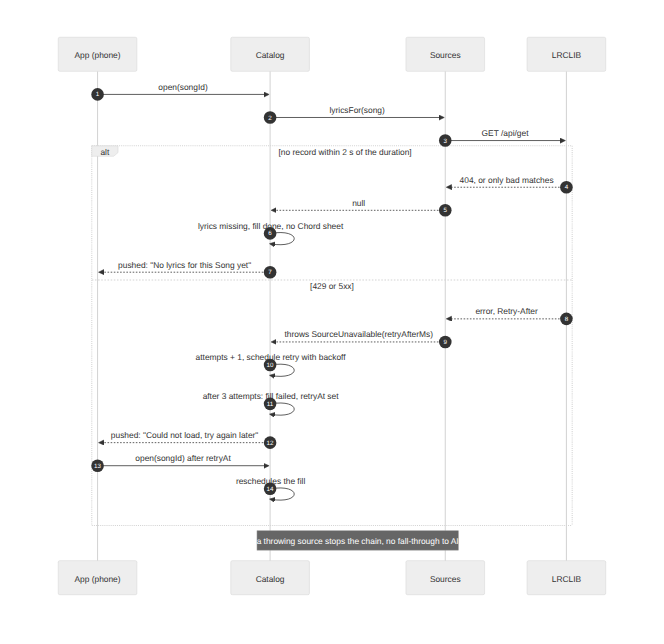
The Mermaid diagram docs/architecture/openchords/fill-failure.png in Silthus/openchords, before a commit. Its source is kept beside it as docs/architecture/openchords/fill-failure.mmd. Its diagram source:
```mermaid
sequenceDiagram
  autonumber
  participant App as App (phone)
  participant Cat as Catalog
  participant Src as Sources
  participant LR as LRCLIB
  App->>Cat: open(songId)
  Cat->>Src: lyricsFor(song)
  Src->>LR: GET /api/get
  alt no record within 2 s of the duration
    LR-->>Src: 404, or only bad matches
    Src-->>Cat: null
    Cat->>Cat: lyrics missing, fill done, no Chord sheet
    Cat-->>App: pushed: "No lyrics for this Song yet"
  else 429 or 5xx
    LR-->>Src: error, Retry-After
    Src-->>Cat: throws SourceUnavailable(retryAfterMs)
    Cat->>Cat: attempts + 1, schedule retry with backoff
    Cat->>Cat: after 3 attempts: fill failed, retryAt set
    Cat-->>App: pushed: "Could not load, try again later"
    App->>Cat: open(songId) after retryAt
    Cat->>Cat: reschedules the fill
  end
  Note over Cat,Src: a throwing source stops the chain, no fall-through to AI
```
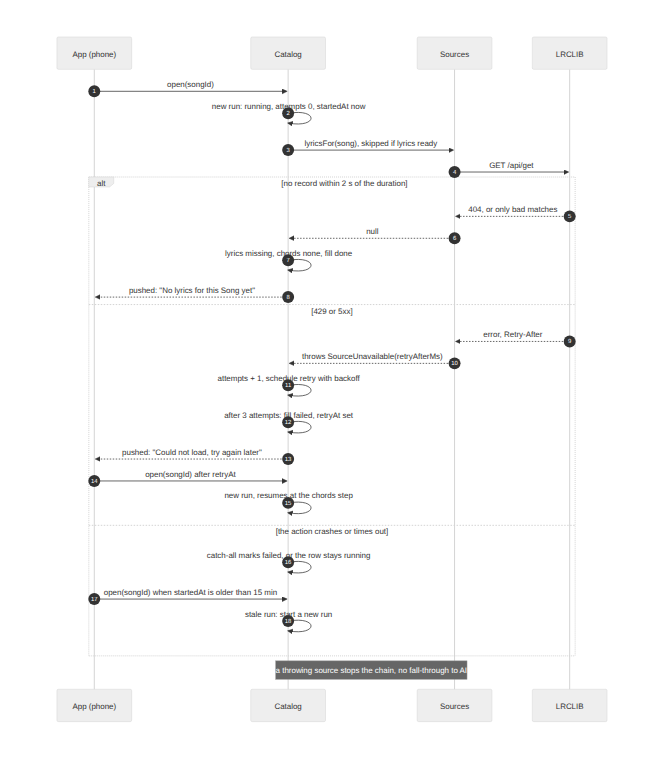
Above is the later version.

Change to the diagram source:
```diff
@@ -5,12 +5,13 @@
   participant Src as Sources
   participant LR as LRCLIB
   App->>Cat: open(songId)
-  Cat->>Src: lyricsFor(song)
+  Cat->>Cat: new run: running, attempts 0, startedAt now
+  Cat->>Src: lyricsFor(song), skipped if lyrics ready
   Src->>LR: GET /api/get
   alt no record within 2 s of the duration
     LR-->>Src: 404, or only bad matches
     Src-->>Cat: null
-    Cat->>Cat: lyrics missing, fill done, no Chord sheet
+    Cat->>Cat: lyrics missing, chords none, fill done
     Cat-->>App: pushed: "No lyrics for this Song yet"
   else 429 or 5xx
     LR-->>Src: error, Retry-After
@@ -19,6 +20,10 @@
     Cat->>Cat: after 3 attempts: fill failed, retryAt set
     Cat-->>App: pushed: "Could not load, try again later"
     App->>Cat: open(songId) after retryAt
-    Cat->>Cat: reschedules the fill
+    Cat->>Cat: new run, resumes at the chords step
+  else the action crashes or times out
+    Cat->>Cat: catch-all marks failed, or the row stays running
+    App->>Cat: open(songId) when startedAt is older than 15 min
+    Cat->>Cat: stale run: start a new run
   end
   Note over Cat,Src: a throwing source stops the chain, no fall-through to AI
```
